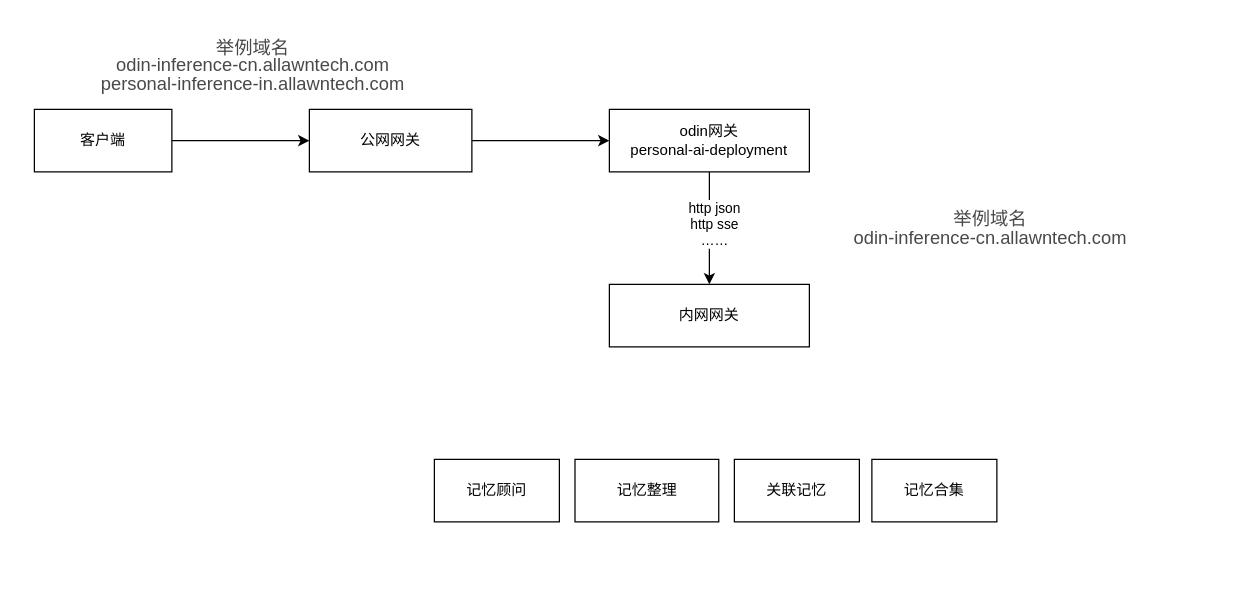
This is personalDev.drawio from jingb/pythonRepo, a draw.io file, before an edit. Source tidied: cells renumbered, new cells numbered last; positions are measured from the earlier drawing's top-left corner, leaving out a move shared by most shapes. Both pictures are drawn from the tidied source at 125%, with x=0, y=0 at pixel (21, 34).
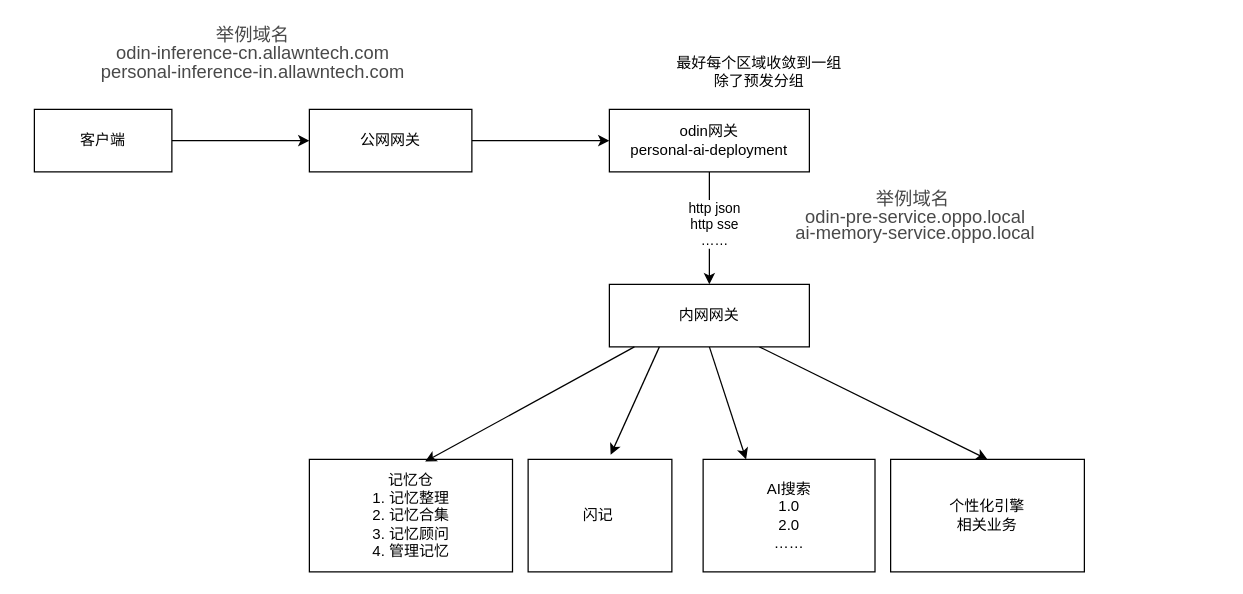
Above is the later version.

The change refers to these unchanged cells:
```xml
<mxCell id="9" value="内网网关" style="rounded=0;whiteSpace=wrap;html=1;" parent="1" vertex="1">
  <mxGeometry x="470" y="200" width="160" height="50" as="geometry" />
</mxCell>
```

What changed in the source:
```diff
@@
+    <mxCell id="16" style="rounded=0;jettySize=auto;html=1;exitX=0.5;exitY=1;exitDx=0;exitDy=0;entryX=0.25;entryY=0;entryDx=0;entryDy=0;" parent="1" edge="1" source="9" target="12">
+      <mxGeometry relative="1" as="geometry" />
+    </mxCell>
+    <mxCell id="17" style="rounded=0;jettySize=auto;html=1;exitX=0.75;exitY=1;exitDx=0;exitDy=0;entryX=0.5;entryY=0;entryDx=0;entryDy=0;" parent="1" edge="1" source="9" target="21">
+      <mxGeometry relative="1" as="geometry" />
+    </mxCell>
@@
-    <mxCell id="10" value="记忆顾问" style="rounded=0;whiteSpace=wrap;html=1;" parent="1" vertex="1">
-      <mxGeometry x="330" y="340" width="100" height="50" as="geometry" />
+    <mxCell id="10" value="记忆仓&lt;br&gt;1. 记忆整理&lt;br&gt;2. 记忆合集&lt;br&gt;3. 记忆顾问&lt;br&gt;4. 管理记忆" style="rounded=0;whiteSpace=wrap;html=1;" parent="1" vertex="1">
+      <mxGeometry x="230" y="340" width="162.5" height="90" as="geometry" />
     </mxCell>
-    <mxCell id="11" value="记忆整理" style="rounded=0;whiteSpace=wrap;html=1;" parent="1" vertex="1">
-      <mxGeometry x="442.5" y="340" width="115" height="50" as="geometry" />
+    <mxCell id="11" value="闪记&lt;span style=&quot;white-space: pre;&quot;&gt;&#9;&lt;/span&gt;" style="rounded=0;whiteSpace=wrap;html=1;" parent="1" vertex="1">
+      <mxGeometry x="405" y="340" width="115" height="90" as="geometry" />
     </mxCell>
-    <mxCell id="12" value="关联记忆" style="rounded=0;whiteSpace=wrap;html=1;" parent="1" vertex="1">
-      <mxGeometry x="570" y="340" width="100" height="50" as="geometry" />
+    <mxCell id="12" value="AI搜索&lt;br&gt;1.0&lt;br&gt;2.0&lt;br&gt;……" style="rounded=0;whiteSpace=wrap;html=1;" parent="1" vertex="1">
+      <mxGeometry x="545" y="340" width="137.5" height="90" as="geometry" />
     </mxCell>
-    <mxCell id="13" value="记忆合集" style="rounded=0;whiteSpace=wrap;html=1;" parent="1" vertex="1">
-      <mxGeometry x="680" y="340" width="100" height="50" as="geometry" />
-    </mxCell>
     <mxCell id="14" value="&lt;span&gt;&lt;p style=&quot;line-height: 100%;margin-bottom: 0pt;margin-top: 0pt;font-size: 11pt;color: #494949;&quot; class=&quot;ql-direction-ltr&quot;&gt;&lt;span class=&quot;ql-author-7945 ql-commented ql-commented-background&quot;&gt;举例域名 &lt;br&gt;odin-inference-cn.allawntech.com&lt;br&gt;&lt;span&gt;&lt;/span&gt;&lt;/span&gt;&lt;/p&gt;&lt;p style=&quot;line-height: 100%;margin-bottom: 0pt;margin-top: 0pt;font-size: 11pt;color: #494949;&quot; class=&quot;ql-direction-ltr&quot;&gt;&lt;span style=&quot;&quot; class=&quot;ql-author-7945&quot;&gt;personal-inference-in.allawntech.com&lt;/span&gt;&lt;/p&gt;&lt;/span&gt;" style="text;html=1;align=center;verticalAlign=middle;whiteSpace=wrap;rounded=0;" parent="1" vertex="1">
-      <mxGeometry width="370" height="50" as="geometry" />
+      <mxGeometry y="-10" width="370" height="50" as="geometry" />
     </mxCell>
-    <mxCell id="15" value="&lt;span&gt;&lt;p style=&quot;line-height: 100%;margin-bottom: 0pt;margin-top: 0pt;font-size: 11pt;color: #494949;&quot; class=&quot;ql-direction-ltr&quot;&gt;&lt;span class=&quot;ql-author-7945 ql-commented ql-commented-background&quot;&gt;举例域名 &lt;br&gt;odin-inference-cn.allawntech.com&lt;br&gt;&lt;/span&gt;&lt;/p&gt;&lt;/span&gt;" style="text;html=1;align=center;verticalAlign=middle;whiteSpace=wrap;rounded=0;" parent="1" vertex="1">
-      <mxGeometry x="590" y="130" width="370" height="50" as="geometry" />
+    <mxCell id="15" value="&lt;span&gt;&lt;p style=&quot;line-height: 100%;margin-bottom: 0pt;margin-top: 0pt;font-size: 11pt;color: #494949;&quot; class=&quot;ql-direction-ltr&quot;&gt;&lt;span class=&quot;ql-author-7945 ql-commented ql-commented-background&quot;&gt;举例域名&amp;nbsp;&lt;br&gt;&lt;span&gt;&lt;/span&gt;&lt;/span&gt;&lt;/p&gt;&lt;p style=&quot;line-height: 100%; margin-bottom: 0pt; margin-top: 0pt; color: rgb(73, 73, 73);&quot; class=&quot;ql-direction-ltr&quot;&gt;&lt;span style=&quot;&quot; class=&quot;ql-author-7945&quot;&gt;&lt;font color=&quot;#494949&quot;&gt;&lt;span style=&quot;font-size: 11pt;&quot;&gt;odin-pre-service.oppo.local&lt;/span&gt;&lt;/font&gt;&lt;br&gt;&lt;font color=&quot;#494949&quot;&gt;&lt;span style=&quot;font-size: 14.6667px;&quot;&gt;ai-memory-service.oppo.local&lt;/span&gt;&lt;/font&gt;&lt;br&gt;&lt;/span&gt;&lt;/p&gt;&lt;/span&gt;" style="text;html=1;align=center;verticalAlign=middle;whiteSpace=wrap;rounded=0;" parent="1" vertex="1">
+      <mxGeometry x="530" y="120" width="370" height="50" as="geometry" />
     </mxCell>
+    <mxCell id="18" value="最好每个区域收敛到一组&lt;br&gt;除了预发分组" style="text;html=1;align=center;verticalAlign=middle;whiteSpace=wrap;rounded=0;" parent="1" vertex="1">
+      <mxGeometry x="515" y="10" width="150" height="40" as="geometry" />
+    </mxCell>
+    <mxCell id="19" style="rounded=0;jettySize=auto;html=1;exitX=0.125;exitY=1;exitDx=0;exitDy=0;entryX=0.57;entryY=0.02;entryDx=0;entryDy=0;entryPerimeter=0;exitPerimeter=0;" parent="1" edge="1" source="9" target="10">
+      <mxGeometry relative="1" as="geometry" />
+    </mxCell>
+    <mxCell id="20" style="rounded=0;jettySize=auto;html=1;exitX=0.25;exitY=1;exitDx=0;exitDy=0;entryX=0.574;entryY=-0.04;entryDx=0;entryDy=0;entryPerimeter=0;" parent="1" edge="1" source="9" target="11">
+      <mxGeometry relative="1" as="geometry" />
+    </mxCell>
+    <mxCell id="21" value="个性化引擎&lt;br&gt;相关业务" style="rounded=0;whiteSpace=wrap;html=1;" parent="1" vertex="1">
+      <mxGeometry x="695" y="340" width="155" height="90" as="geometry" />
+    </mxCell>
```
